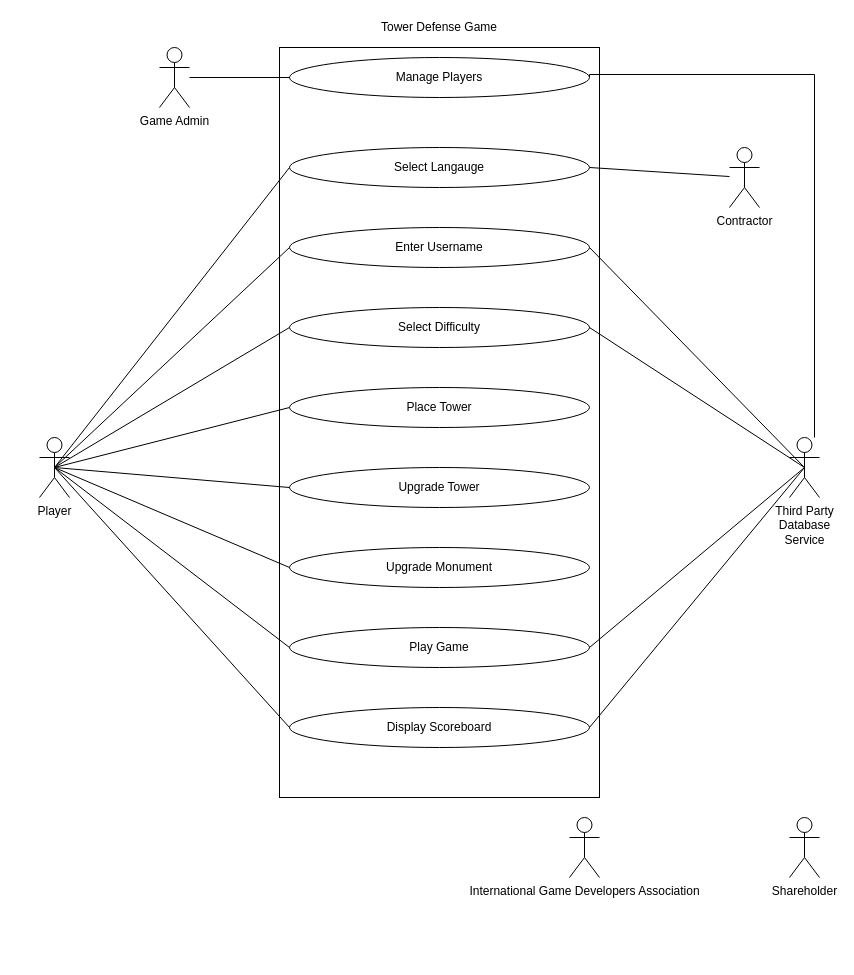
The draw.io diagram Untitled Diagram.drawio in taehee5525/git_test, before the edit. Source tidied: cells renumbered, new cells numbered last; positions are measured from the earlier drawing's top-left corner, leaving out a move shared by most shapes. Both pictures are drawn from the tidied source at 100%, with x=0, y=0 at pixel (39, 17).
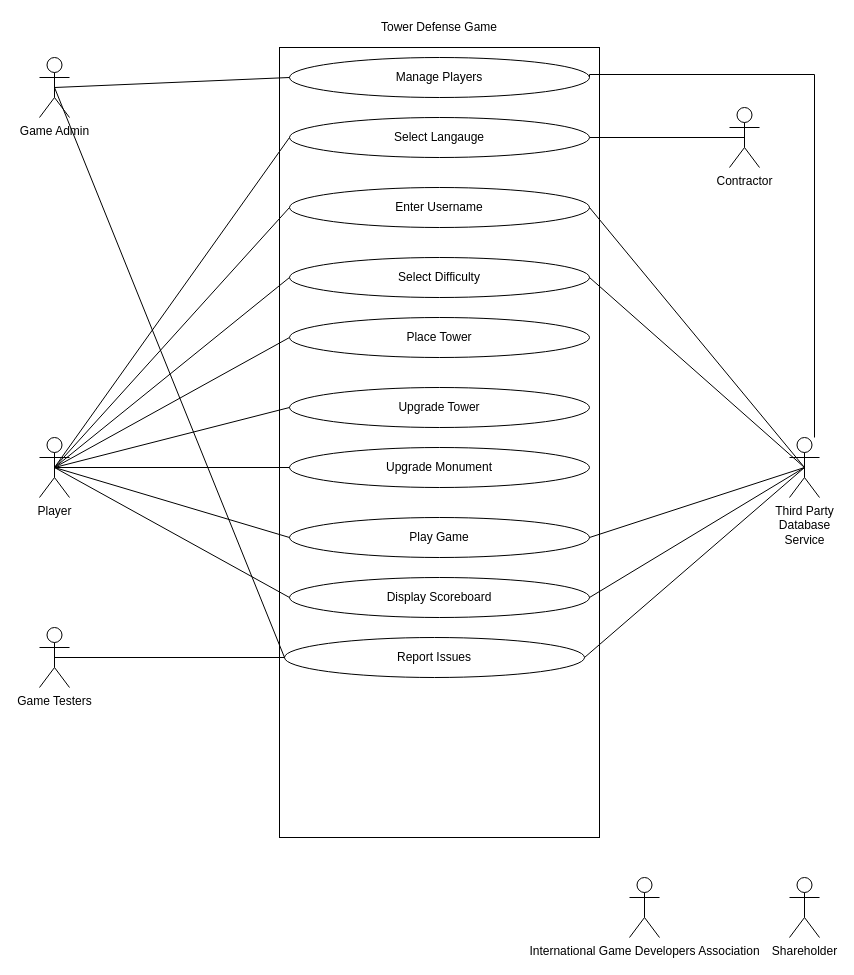
Above is the later version.

The change refers to these unchanged cells:
```xml
<mxCell id="8" value="Third Party&lt;br&gt;Database&lt;br&gt;Service" style="shape=umlActor;verticalLabelPosition=bottom;verticalAlign=top;html=1;outlineConnect=0;" parent="1" vertex="1">
  <mxGeometry x="750" y="420" width="30" height="60" as="geometry" />
</mxCell>
<mxCell id="11" value="Manage Players" style="ellipse;whiteSpace=wrap;html=1;" parent="1" vertex="1">
  <mxGeometry x="250" y="40" width="300" height="40" as="geometry" />
</mxCell>
```

The edit, as a diff of the source:
```diff
@@
     <mxCell id="2" value="Game Admin" style="shape=umlActor;verticalLabelPosition=bottom;verticalAlign=top;html=1;outlineConnect=0;" parent="1" vertex="1">
-      <mxGeometry x="120" y="30" width="30" height="60" as="geometry" />
+      <mxGeometry y="40" width="30" height="60" as="geometry" />
     </mxCell>
@@
     <mxCell id="4" style="rounded=0;whiteSpace=wrap;html=1;" parent="1" vertex="1">
-      <mxGeometry x="240" y="30" width="320" height="750" as="geometry" />
+      <mxGeometry x="240" y="30" width="320" height="790" as="geometry" />
     </mxCell>
     <mxCell id="5" value="Shareholder" style="shape=umlActor;verticalLabelPosition=bottom;verticalAlign=top;html=1;" parent="1" vertex="1">
-      <mxGeometry x="750" y="800" width="30" height="60" as="geometry" />
+      <mxGeometry x="750" y="860" width="30" height="60" as="geometry" />
     </mxCell>
     <mxCell id="6" value="International Game Developers Association" style="shape=umlActor;verticalLabelPosition=bottom;verticalAlign=top;html=1;" parent="1" vertex="1">
-      <mxGeometry x="530" y="800" width="30" height="60" as="geometry" />
+      <mxGeometry x="590" y="860" width="30" height="60" as="geometry" />
     </mxCell>
@@
     <mxCell id="9" value="Contractor" style="shape=umlActor;verticalLabelPosition=bottom;verticalAlign=top;html=1;outlineConnect=0;" parent="1" vertex="1">
-      <mxGeometry x="690" y="130" width="30" height="60" as="geometry" />
+      <mxGeometry x="690" y="90" width="30" height="60" as="geometry" />
     </mxCell>
-    <mxCell id="10" style="endArrow=none;html=1;strokeColor=default;exitX=1;exitY=0.5;exitDx=0;exitDy=0;" parent="1" edge="1" source="15" target="9">
+    <mxCell id="10" style="endArrow=none;html=1;strokeColor=default;exitX=1;exitY=0.5;exitDx=0;exitDy=0;entryX=0.5;entryY=0.5;entryDx=0;entryDy=0;entryPerimeter=0;" parent="1" edge="1" source="15" target="9">
       <mxGeometry relative="1" as="geometry" />
     </mxCell>
@@
-    <mxCell id="12" style="endArrow=none;html=1;strokeColor=default;entryX=0;entryY=0.5;entryDx=0;entryDy=0;" parent="1" edge="1" source="2" target="11">
+    <mxCell id="12" style="endArrow=none;html=1;strokeColor=default;entryX=0;entryY=0.5;entryDx=0;entryDy=0;exitX=0.5;exitY=0.5;exitDx=0;exitDy=0;exitPerimeter=0;" parent="1" edge="1" source="2" target="11">
       <mxGeometry relative="1" as="geometry" />
     </mxCell>
@@
     <mxCell id="15" value="Select Langauge" style="ellipse;whiteSpace=wrap;html=1;" parent="1" vertex="1">
-      <mxGeometry x="250" y="130" width="300" height="40" as="geometry" />
+      <mxGeometry x="250" y="100" width="300" height="40" as="geometry" />
     </mxCell>
     <mxCell id="16" value="Place Tower" style="ellipse;whiteSpace=wrap;html=1;" parent="1" vertex="1">
-      <mxGeometry x="250" y="370" width="300" height="40" as="geometry" />
+      <mxGeometry x="250" y="300" width="300" height="40" as="geometry" />
     </mxCell>
     <mxCell id="17" value="Select Difficulty" style="ellipse;whiteSpace=wrap;html=1;" parent="1" vertex="1">
-      <mxGeometry x="250" y="290" width="300" height="40" as="geometry" />
+      <mxGeometry x="250" y="240" width="300" height="40" as="geometry" />
     </mxCell>
@@
     <mxCell id="21" value="Enter Username" style="ellipse;whiteSpace=wrap;html=1;" parent="1" vertex="1">
-      <mxGeometry x="250" y="210" width="300" height="40" as="geometry" />
+      <mxGeometry x="250" y="170" width="300" height="40" as="geometry" />
     </mxCell>
@@
     <mxCell id="24" value="Play Game" style="ellipse;whiteSpace=wrap;html=1;" parent="1" vertex="1">
-      <mxGeometry x="250" y="610" width="300" height="40" as="geometry" />
+      <mxGeometry x="250" y="500" width="300" height="40" as="geometry" />
     </mxCell>
@@
     <mxCell id="27" value="Upgrade Tower" style="ellipse;whiteSpace=wrap;html=1;" parent="1" vertex="1">
-      <mxGeometry x="250" y="450" width="300" height="40" as="geometry" />
+      <mxGeometry x="250" y="370" width="300" height="40" as="geometry" />
     </mxCell>
@@
     <mxCell id="29" value="Upgrade Monument" style="ellipse;whiteSpace=wrap;html=1;" parent="1" vertex="1">
-      <mxGeometry x="250" y="530" width="300" height="40" as="geometry" />
+      <mxGeometry x="250" y="430" width="300" height="40" as="geometry" />
     </mxCell>
@@
     <mxCell id="31" value="Display Scoreboard" style="ellipse;whiteSpace=wrap;html=1;" parent="1" vertex="1">
-      <mxGeometry x="250" y="690" width="300" height="40" as="geometry" />
+      <mxGeometry x="250" y="560" width="300" height="40" as="geometry" />
     </mxCell>
@@
+    <mxCell id="34" value="Game Testers" style="shape=umlActor;verticalLabelPosition=bottom;verticalAlign=top;html=1;outlineConnect=0;" parent="1" vertex="1">
+      <mxGeometry y="610" width="30" height="60" as="geometry" />
+    </mxCell>
+    <mxCell id="35" value="Report Issues" style="ellipse;whiteSpace=wrap;html=1;" parent="1" vertex="1">
+      <mxGeometry x="245" y="620" width="300" height="40" as="geometry" />
+    </mxCell>
+    <mxCell id="36" style="endArrow=none;html=1;strokeColor=default;entryX=0;entryY=0.5;entryDx=0;entryDy=0;exitX=0.5;exitY=0.5;exitDx=0;exitDy=0;exitPerimeter=0;" parent="1" edge="1" source="34" target="35">
+      <mxGeometry relative="1" as="geometry" />
+    </mxCell>
+    <mxCell id="37" style="endArrow=none;html=1;strokeColor=default;exitX=0.5;exitY=0.5;exitDx=0;exitDy=0;exitPerimeter=0;entryX=0;entryY=0.5;entryDx=0;entryDy=0;" parent="1" edge="1" source="2" target="35">
+      <mxGeometry relative="1" as="geometry" />
+    </mxCell>
+    <mxCell id="38" style="endArrow=none;html=1;strokeColor=default;entryX=1;entryY=0.5;entryDx=0;entryDy=0;exitX=0.5;exitY=0.5;exitDx=0;exitDy=0;exitPerimeter=0;" parent="1" edge="1" source="8" target="35">
+      <mxGeometry relative="1" as="geometry" />
+    </mxCell>
```
